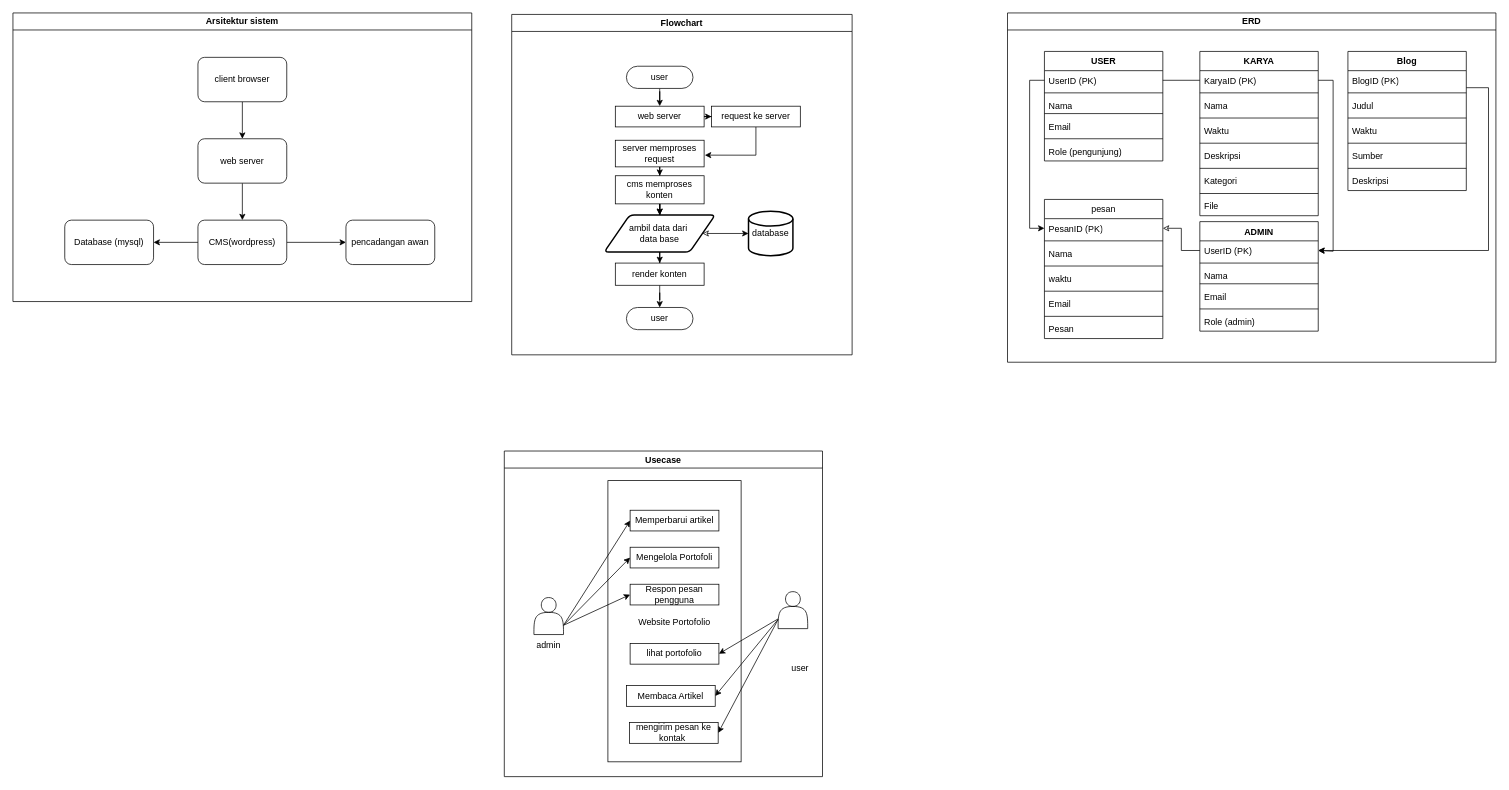
The draw.io diagram Da2.drawio in faisalekasyahputra/faisalekasyahputra, before the edit. Source tidied: cells renumbered, new cells numbered last; positions are measured from the earlier drawing's top-left corner, leaving out a move shared by most shapes. Both pictures are drawn from the tidied source at 74%, with x=0, y=0 at pixel (13, 13).
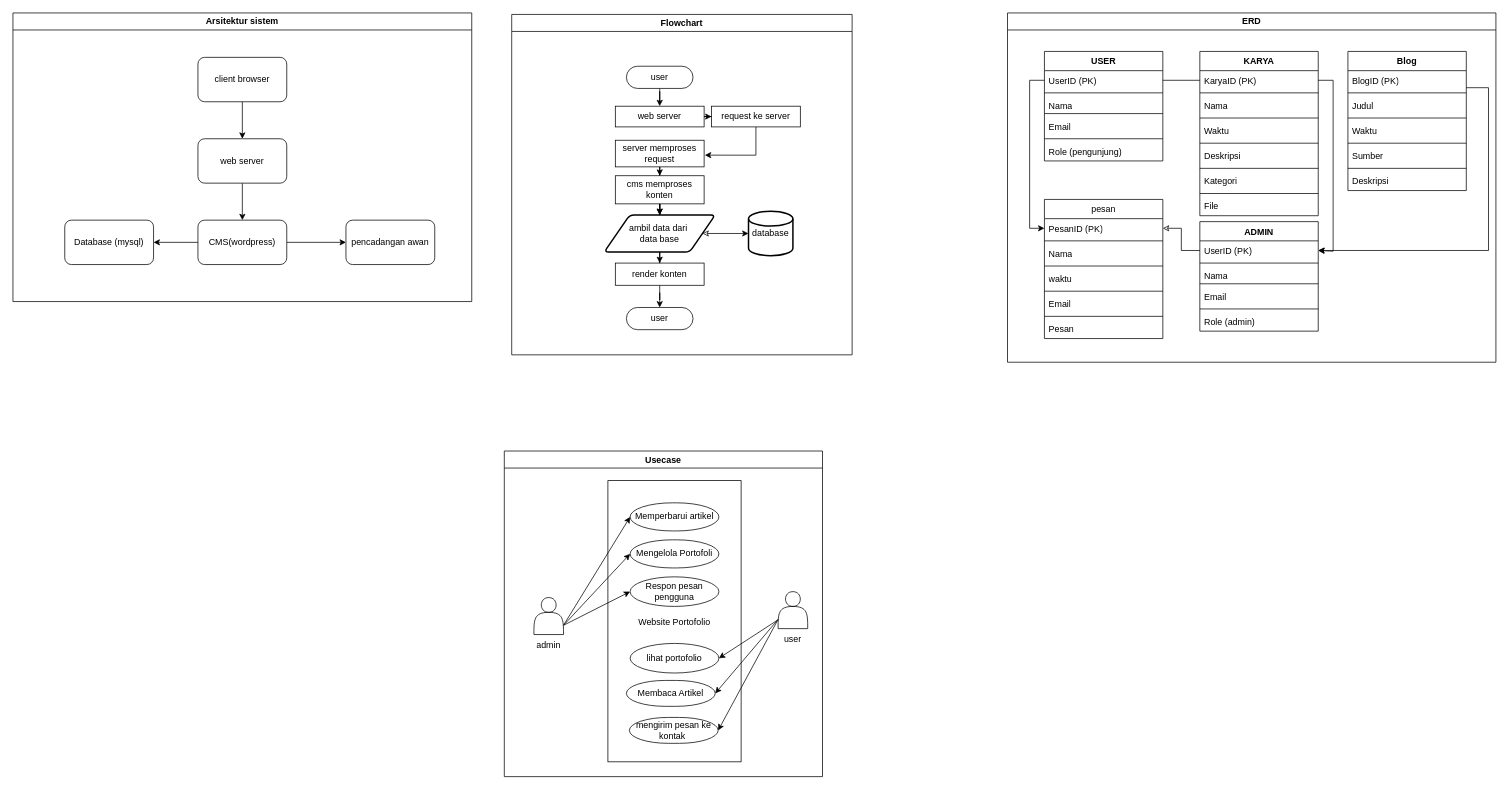
Above is the later version.

Unchanged cells that the change refers to:
```xml
<mxCell id="31" value="Usecase" style="swimlane;whiteSpace=wrap;html=1;startSize=23;" parent="1" vertex="1">
  <mxGeometry x="664" y="592" width="430" height="440" as="geometry" />
</mxCell>
```

Change to the diagram source:
```diff
@@
-    <mxCell id="32" style="rounded=0;whiteSpace=wrap;html=1;fillColor=none;" parent="31" vertex="1">
+    <mxCell id="32" style="rounded=100;whiteSpace=wrap;html=1;fillColor=none;" parent="31" vertex="1">
       <mxGeometry x="140" y="40" width="180" height="380" as="geometry" />
     </mxCell>
-    <mxCell id="33" value="Mengelola Portofoli" style="whiteSpace=wrap;html=1;rounded=1;arcSize=0;" parent="31" vertex="1">
-      <mxGeometry x="170" y="130" width="120" height="28" as="geometry" />
+    <mxCell id="33" value="Mengelola Portofoli" style="whiteSpace=wrap;html=1;rounded=1;arcSize=150;" parent="31" vertex="1">
+      <mxGeometry x="170" y="120" width="120" height="38" as="geometry" />
     </mxCell>
@@
-    <mxCell id="41" value="Respon pesan pengguna" style="whiteSpace=wrap;html=1;rounded=1;arcSize=0;" parent="31" vertex="1">
-      <mxGeometry x="170" y="180" width="120" height="28" as="geometry" />
+    <mxCell id="41" value="Respon pesan pengguna" style="whiteSpace=wrap;html=1;rounded=1;arcSize=150;" parent="31" vertex="1">
+      <mxGeometry x="170" y="170" width="120" height="40" as="geometry" />
     </mxCell>
-    <mxCell id="42" value="lihat portofolio" style="whiteSpace=wrap;html=1;rounded=1;arcSize=0;" parent="31" vertex="1">
-      <mxGeometry x="170" y="260" width="120" height="28" as="geometry" />
+    <mxCell id="42" value="lihat portofolio" style="whiteSpace=wrap;html=1;rounded=1;arcSize=150;" parent="31" vertex="1">
+      <mxGeometry x="170" y="260" width="120" height="40" as="geometry" />
     </mxCell>
-    <mxCell id="43" value="mengirim pesan ke kontak&amp;nbsp;" style="whiteSpace=wrap;html=1;rounded=1;arcSize=0;" parent="31" vertex="1">
-      <mxGeometry x="169" y="367" width="120" height="28" as="geometry" />
+    <mxCell id="43" value="mengirim pesan ke kontak&amp;nbsp;" style="whiteSpace=wrap;html=1;rounded=1;arcSize=150;" parent="31" vertex="1">
+      <mxGeometry x="169" y="360" width="120" height="35" as="geometry" />
     </mxCell>
@@
     <mxCell id="45" value="user" style="text;strokeColor=none;fillColor=none;spacingLeft=4;spacingRight=4;overflow=hidden;fontSize=12;whiteSpace=wrap;html=1;align=center;" parent="31" vertex="1">
-      <mxGeometry x="360" y="280" width="80" height="30" as="geometry" />
+      <mxGeometry x="350" y="240" width="80" height="30" as="geometry" />
     </mxCell>
-    <mxCell id="46" value="Membaca Artikel" style="whiteSpace=wrap;html=1;rounded=1;arcSize=0;" parent="31" vertex="1">
-      <mxGeometry x="165" y="317" width="120" height="28" as="geometry" />
+    <mxCell id="46" value="Membaca Artikel" style="whiteSpace=wrap;html=1;rounded=1;arcSize=150;" parent="31" vertex="1">
+      <mxGeometry x="165" y="310" width="120" height="35" as="geometry" />
     </mxCell>
-    <mxCell id="47" value="Memperbarui artikel" style="whiteSpace=wrap;html=1;rounded=1;arcSize=0;" parent="31" vertex="1">
-      <mxGeometry x="170" y="80" width="120" height="28" as="geometry" />
+    <mxCell id="47" value="Memperbarui artikel" style="whiteSpace=wrap;html=1;rounded=1;arcSize=150;" parent="31" vertex="1">
+      <mxGeometry x="170" y="70" width="120" height="38" as="geometry" />
     </mxCell>
```
